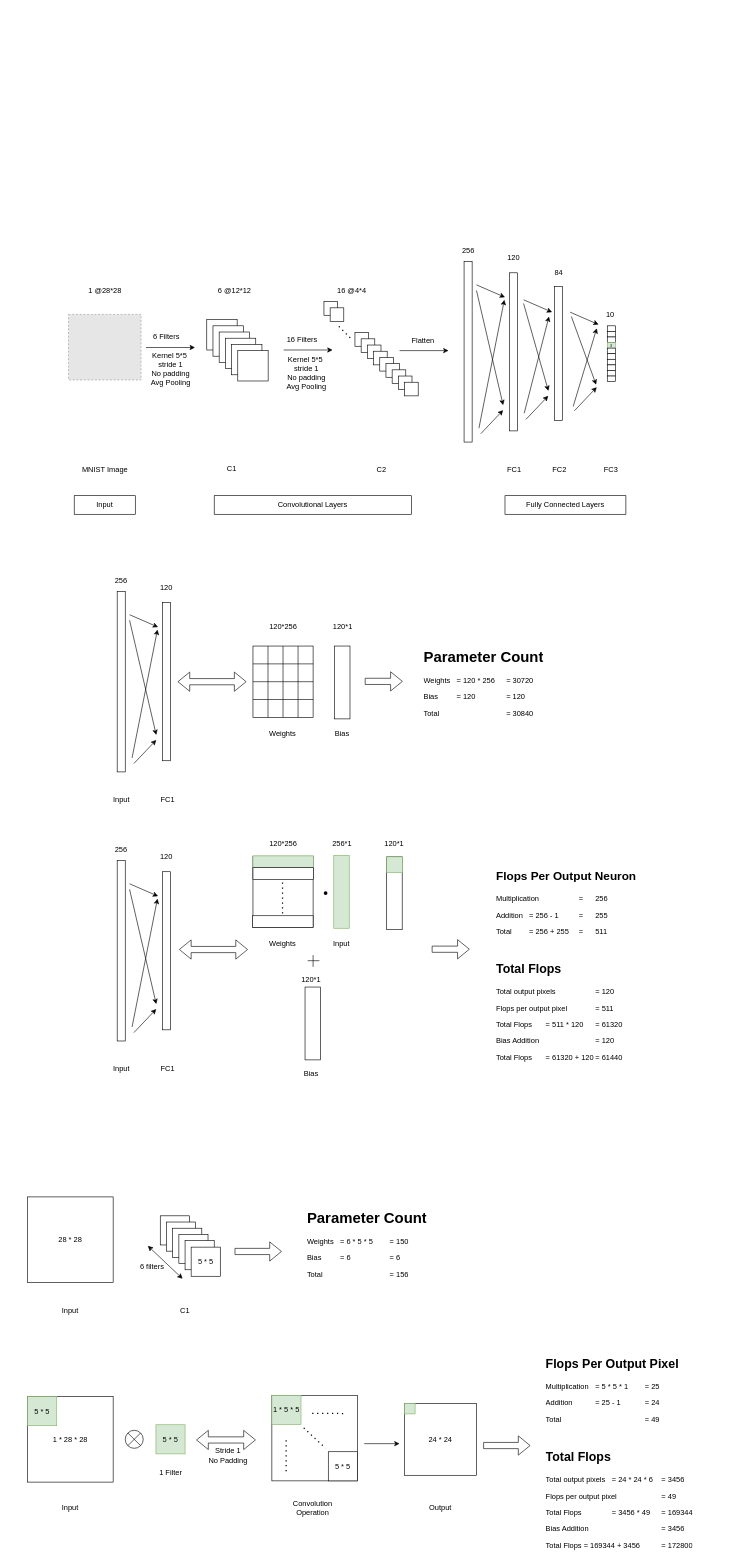
Above: data/sample/lenet5.drawio in gouherdanish/mnist_classification (draw.io), before the change. Source tidied: cells renumbered, new cells numbered last; positions are measured from the earlier drawing's top-left corner, leaving out a move shared by most shapes. Both pictures are drawn from the tidied source at 62%, with x=0, y=0 at pixel (27, 241). Pictures stored in the file or linked from it are replaced by grey dashed boxes.
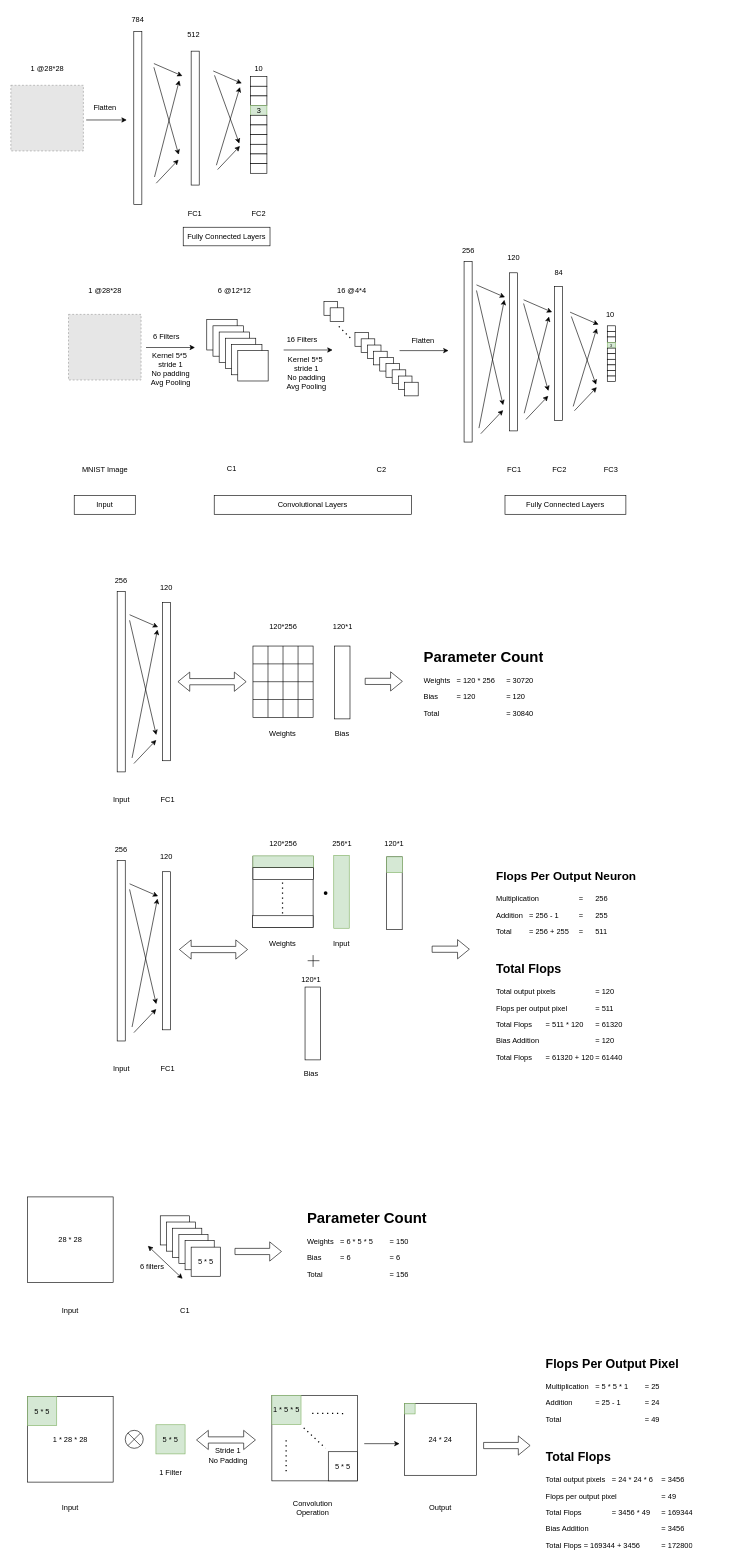
The same diagram, later.

What changed in the source:
```diff
@@
+    <mxCell id="162" style="fillColor=#E6E6E6;strokeColor=#999999;dashed=1;verticalLabelPosition=bottom;labelBackgroundColor=default;verticalAlign=top;" parent="1" vertex="1">
+      <mxGeometry x="-27" y="-251.9" width="117" height="105.8" as="geometry" />
+    </mxCell>
+    <mxCell id="163" value="1 @28*28" style="text;html=1;align=center;verticalAlign=middle;whiteSpace=wrap;rounded=0;" parent="1" vertex="1">
+      <mxGeometry x="1.5" y="-293" width="60" height="30" as="geometry" />
+    </mxCell>
+    <mxCell id="164" style="rounded=0;whiteSpace=wrap;html=1;" parent="1" vertex="1">
+      <mxGeometry x="263.8" y="-307" width="13" height="216" as="geometry" />
+    </mxCell>
+    <mxCell id="165" value="512" style="text;html=1;align=center;verticalAlign=middle;whiteSpace=wrap;rounded=0;" parent="1" vertex="1">
+      <mxGeometry x="237.5" y="-348" width="60" height="30" as="geometry" />
+    </mxCell>
+    <mxCell id="166" style="endArrow=classic;html=1;rounded=0;" parent="1" edge="1">
+      <mxGeometry relative="1" as="geometry">
+        <mxPoint x="299.5" y="-275" as="sourcePoint" />
+        <mxPoint x="345.5" y="-255" as="targetPoint" />
+      </mxGeometry>
+    </mxCell>
+    <mxCell id="167" style="endArrow=classic;html=1;rounded=0;" parent="1" edge="1">
+      <mxGeometry relative="1" as="geometry">
+        <mxPoint x="301.5" y="-268" as="sourcePoint" />
+        <mxPoint x="341.5" y="-158" as="targetPoint" />
+      </mxGeometry>
+    </mxCell>
+    <mxCell id="168" style="endArrow=classic;html=1;rounded=0;" parent="1" edge="1">
+      <mxGeometry relative="1" as="geometry">
+        <mxPoint x="306.5" y="-116" as="sourcePoint" />
+        <mxPoint x="342.5" y="-154" as="targetPoint" />
+      </mxGeometry>
+    </mxCell>
+    <mxCell id="169" style="endArrow=classic;html=1;rounded=0;" parent="1" edge="1">
+      <mxGeometry relative="1" as="geometry">
+        <mxPoint x="304.5" y="-123" as="sourcePoint" />
+        <mxPoint x="342.5" y="-249" as="targetPoint" />
+      </mxGeometry>
+    </mxCell>
+    <mxCell id="170" value="10" style="text;html=1;align=center;verticalAlign=middle;whiteSpace=wrap;rounded=0;" parent="1" vertex="1">
+      <mxGeometry x="342.8" y="-293" width="60" height="30" as="geometry" />
+    </mxCell>
+    <mxCell id="171" style="group;" parent="1" vertex="1">
+      <mxGeometry x="359.5" y="-266" width="26.5" height="156" as="geometry" />
+    </mxCell>
+    <mxCell id="172" style="rounded=0;whiteSpace=wrap;html=1;" parent="171" vertex="1">
+      <mxGeometry width="26.5" height="15.6" as="geometry" />
+    </mxCell>
+    <mxCell id="173" style="rounded=0;whiteSpace=wrap;html=1;" parent="171" vertex="1">
+      <mxGeometry y="15.6" width="26.5" height="15.6" as="geometry" />
+    </mxCell>
+    <mxCell id="174" style="rounded=0;whiteSpace=wrap;html=1;" parent="171" vertex="1">
+      <mxGeometry y="31.2" width="26.5" height="15.6" as="geometry" />
+    </mxCell>
+    <mxCell id="175" value="3" style="rounded=0;whiteSpace=wrap;html=1;fillColor=#d5e8d4;strokeColor=#82b366;fontSize=12;" parent="171" vertex="1">
+      <mxGeometry y="46.8" width="26.5" height="15.6" as="geometry" />
+    </mxCell>
+    <mxCell id="176" style="rounded=0;whiteSpace=wrap;html=1;" parent="171" vertex="1">
+      <mxGeometry y="62.4" width="26.5" height="15.6" as="geometry" />
+    </mxCell>
+    <mxCell id="177" style="rounded=0;whiteSpace=wrap;html=1;" parent="171" vertex="1">
+      <mxGeometry y="78" width="26.5" height="15.6" as="geometry" />
+    </mxCell>
+    <mxCell id="178" style="rounded=0;whiteSpace=wrap;html=1;" parent="171" vertex="1">
+      <mxGeometry y="93.6" width="26.5" height="15.6" as="geometry" />
+    </mxCell>
+    <mxCell id="179" style="rounded=0;whiteSpace=wrap;html=1;" parent="171" vertex="1">
+      <mxGeometry y="109.2" width="26.5" height="15.6" as="geometry" />
+    </mxCell>
+    <mxCell id="180" style="rounded=0;whiteSpace=wrap;html=1;" parent="171" vertex="1">
+      <mxGeometry y="124.8" width="26.5" height="15.6" as="geometry" />
+    </mxCell>
+    <mxCell id="181" style="rounded=0;whiteSpace=wrap;html=1;" parent="171" vertex="1">
+      <mxGeometry y="140.4" width="26.5" height="15.6" as="geometry" />
+    </mxCell>
+    <mxCell id="182" style="rounded=0;whiteSpace=wrap;html=1;" parent="1" vertex="1">
+      <mxGeometry x="171.3" y="-338.5" width="13" height="279" as="geometry" />
+    </mxCell>
+    <mxCell id="183" style="endArrow=classic;html=1;rounded=0;" parent="1" edge="1">
+      <mxGeometry relative="1" as="geometry">
+        <mxPoint x="203.7" y="-287" as="sourcePoint" />
+        <mxPoint x="249.7" y="-267" as="targetPoint" />
+      </mxGeometry>
+    </mxCell>
+    <mxCell id="184" style="endArrow=classic;html=1;rounded=0;" parent="1" edge="1">
+      <mxGeometry relative="1" as="geometry">
+        <mxPoint x="203.7" y="-281" as="sourcePoint" />
+        <mxPoint x="243.7" y="-140" as="targetPoint" />
+      </mxGeometry>
+    </mxCell>
+    <mxCell id="185" style="endArrow=classic;html=1;rounded=0;" parent="1" edge="1">
+      <mxGeometry relative="1" as="geometry">
+        <mxPoint x="207.5" y="-94" as="sourcePoint" />
+        <mxPoint x="243.5" y="-132" as="targetPoint" />
+      </mxGeometry>
+    </mxCell>
+    <mxCell id="186" style="endArrow=classic;html=1;rounded=0;" parent="1" edge="1">
+      <mxGeometry relative="1" as="geometry">
+        <mxPoint x="204.7" y="-104" as="sourcePoint" />
+        <mxPoint x="244.7" y="-260" as="targetPoint" />
+      </mxGeometry>
+    </mxCell>
+    <mxCell id="187" style="endArrow=classic;html=1;rounded=0;" parent="1" edge="1">
+      <mxGeometry relative="1" as="geometry">
+        <mxPoint x="94.5" y="-196" as="sourcePoint" />
+        <mxPoint x="160" y="-196" as="targetPoint" />
+      </mxGeometry>
+    </mxCell>
+    <mxCell id="188" value="Flatten" style="text;html=1;align=center;verticalAlign=middle;whiteSpace=wrap;rounded=0;" parent="1" vertex="1">
+      <mxGeometry x="94.5" y="-230" width="60" height="30" as="geometry" />
+    </mxCell>
+    <mxCell id="189" value="784" style="text;html=1;align=center;verticalAlign=middle;whiteSpace=wrap;rounded=0;" parent="1" vertex="1">
+      <mxGeometry x="147.8" y="-372" width="60" height="30" as="geometry" />
+    </mxCell>
+    <mxCell id="190" value="FC1" style="text;html=1;align=center;verticalAlign=middle;whiteSpace=wrap;rounded=0;" parent="1" vertex="1">
+      <mxGeometry x="240.2" y="-59.5" width="60" height="30" as="geometry" />
+    </mxCell>
+    <mxCell id="191" value="FC2" style="text;html=1;align=center;verticalAlign=middle;whiteSpace=wrap;rounded=0;" parent="1" vertex="1">
+      <mxGeometry x="342.8" y="-59.5" width="60" height="30" as="geometry" />
+    </mxCell>
+    <mxCell id="192" value="Fully Connected Layers" style="text;html=1;align=center;verticalAlign=middle;whiteSpace=wrap;rounded=0;strokeColor=default;" parent="1" vertex="1">
+      <mxGeometry x="251" y="-23" width="140" height="30" as="geometry" />
+    </mxCell>
```
